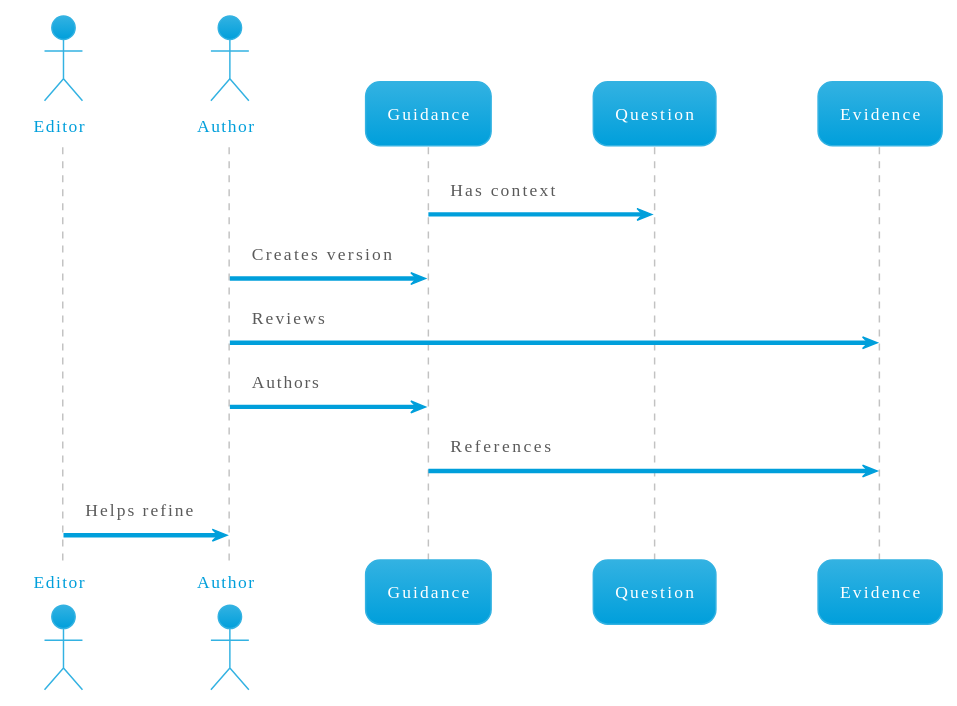
Before: docs/diagrams/out/revision.svg, a diagram exported from PlantUML (chronicleworks/chronicle).
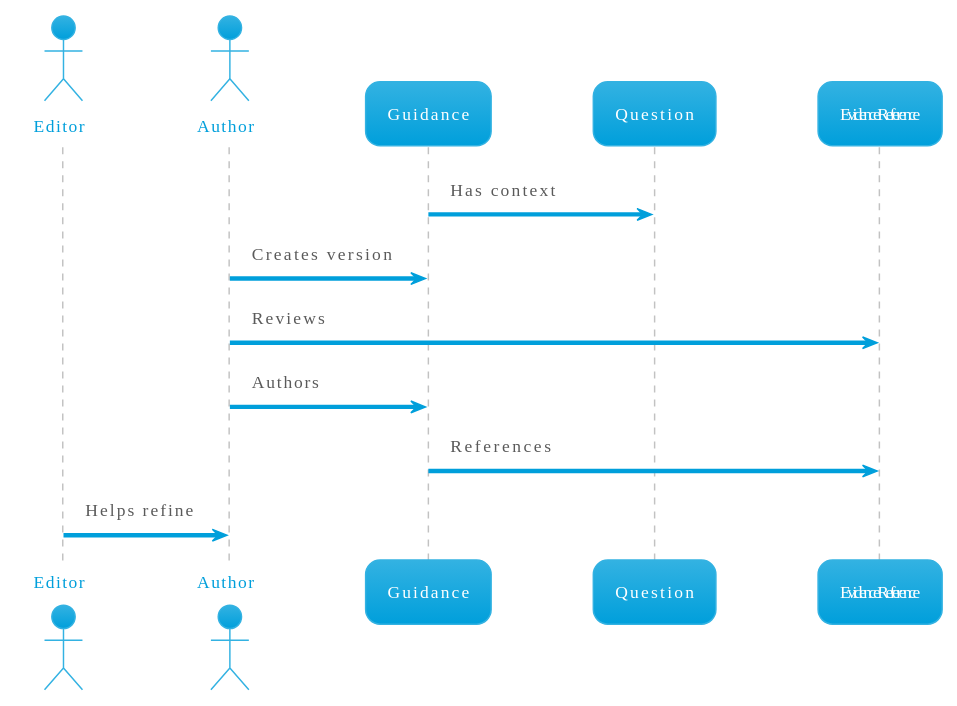
After the commit.

The edit, as a diff of the source:
```diff
@@ -7,8 +7,8 @@
 
 Guidance -> Question : Has context
 Author -> Guidance : Creates version
-Author -> Evidence : Reviews
+Author -> EvidenceReference : Reviews
 Author -> Guidance : Authors
-Guidance -> Evidence : References
+Guidance -> EvidenceReference : References
 Editor -> Author: Helps refine
 @enduml
```
